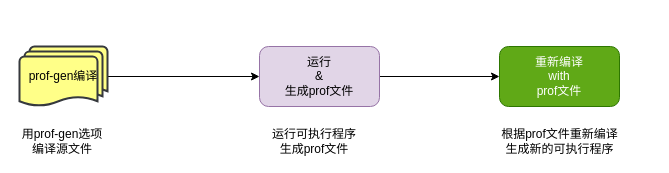
Earlier version of the draw.io diagram page "gpo" (14 of 14) of sidecar.drawio (xinguai/asmshare). Source tidied: cells renumbered, new cells numbered last; positions are measured from the earlier drawing's top-left corner, leaving out a move shared by most shapes. Both pictures are drawn from the tidied source at 100%, with x=0, y=0 at pixel (17, 46).
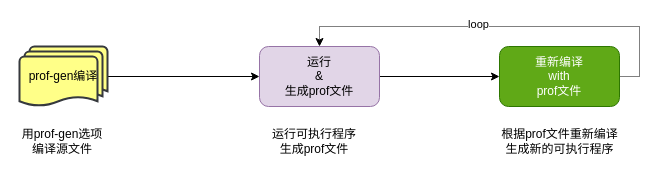
The same page after the edit.

What changed in the source:
```diff
@@
 <mxGraphModel>
   <root>
     <mxCell id="0" />
     <mxCell id="1" parent="0" />
     <mxCell id="2" style="edgeStyle=orthogonalEdgeStyle;rounded=0;jettySize=auto;html=1;exitX=1;exitY=0.5;exitDx=0;exitDy=0;exitPerimeter=0;entryX=0;entryY=0.5;entryDx=0;entryDy=0;" parent="1" edge="1" source="3" target="6">
       <mxGeometry relative="1" as="geometry" />
     </mxCell>
     <mxCell id="3" value="prof-gen编译" style="strokeWidth=2;html=1;shape=mxgraph.flowchart.multi-document;whiteSpace=wrap;fillColor=#ffff88;strokeColor=#36393d;" parent="1" vertex="1">
       <mxGeometry x="2" width="88" height="60" as="geometry" />
     </mxCell>
     <mxCell id="4" value="用prof-gen选项编译源文件" style="text;html=1;strokeColor=none;fillColor=none;align=center;verticalAlign=middle;whiteSpace=wrap;rounded=0;" parent="1" vertex="1">
       <mxGeometry y="80" width="90" height="30" as="geometry" />
     </mxCell>
     <mxCell id="5" style="edgeStyle=orthogonalEdgeStyle;rounded=0;jettySize=auto;html=1;exitX=1;exitY=0.5;exitDx=0;exitDy=0;entryX=0;entryY=0.5;entryDx=0;entryDy=0;" parent="1" edge="1" source="6" target="7">
       <mxGeometry relative="1" as="geometry" />
     </mxCell>
     <mxCell id="6" value="运行&lt;br&gt;&amp;amp;&lt;br&gt;生成prof文件" style="rounded=1;whiteSpace=wrap;html=1;fillColor=#e1d5e7;strokeColor=#9673a6;" parent="1" vertex="1">
       <mxGeometry x="242" width="120" height="60" as="geometry" />
     </mxCell>
+    <mxCell id="10" style="edgeStyle=orthogonalEdgeStyle;rounded=0;jettySize=auto;html=1;exitX=1;exitY=0.5;exitDx=0;exitDy=0;entryX=0.5;entryY=0;entryDx=0;entryDy=0;dashed=1;dashPattern=1 1;" parent="1" edge="1" source="7" target="6">
+      <mxGeometry relative="1" as="geometry">
+        <Array as="points">
+          <mxPoint x="622" y="30" />
+          <mxPoint x="622" y="-20" />
+          <mxPoint x="302" y="-20" />
+        </Array>
+      </mxGeometry>
+    </mxCell>
+    <mxCell id="11" value="loop" style="edgeLabel;html=1;align=center;verticalAlign=middle;" parent="10" vertex="1">
+      <mxGeometry x="0.13" y="-3" relative="1" as="geometry" />
+    </mxCell>
     <mxCell id="7" value="重新编译&lt;br&gt;with&lt;br&gt;prof文件" style="rounded=1;whiteSpace=wrap;html=1;fillColor=#60a917;fontColor=#ffffff;strokeColor=#2D7600;" parent="1" vertex="1">
       <mxGeometry x="482" width="120" height="60" as="geometry" />
     </mxCell>
     <mxCell id="8" value="运行可执行程序&lt;br&gt;生成prof文件" style="text;html=1;strokeColor=none;fillColor=none;align=center;verticalAlign=middle;whiteSpace=wrap;rounded=0;" parent="1" vertex="1">
       <mxGeometry x="252" y="80" width="90" height="30" as="geometry" />
     </mxCell>
     <mxCell id="9" value="根据prof文件重新编译&lt;br&gt;生成新的可执行程序" style="text;html=1;strokeColor=none;fillColor=none;align=center;verticalAlign=middle;whiteSpace=wrap;rounded=0;" parent="1" vertex="1">
       <mxGeometry x="449.5" y="80" width="185" height="30" as="geometry" />
     </mxCell>
   </root>
 </mxGraphModel>
```
